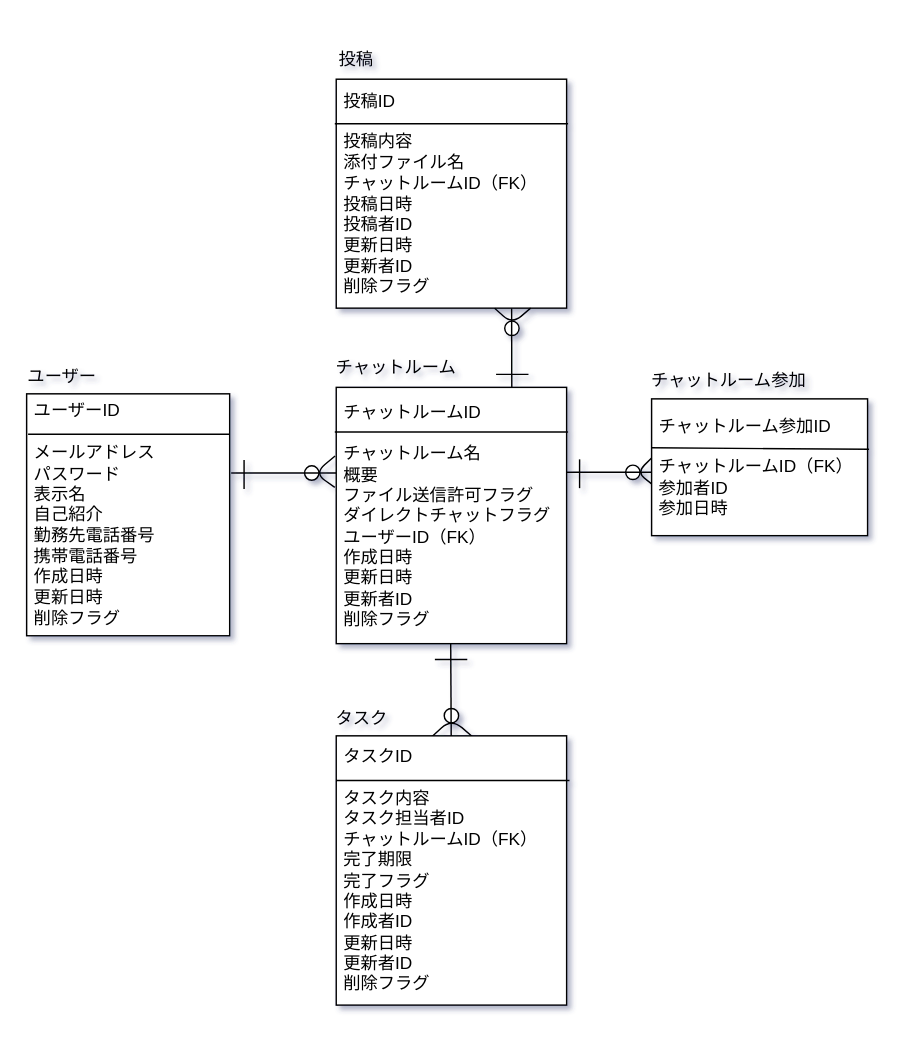
The draw.io diagram db/db-challenge1/erd.drawio in 39nina/quelcode-db, before the edit. Source tidied: cells renumbered, new cells numbered last; positions are measured from the earlier drawing's top-left corner, leaving out a move shared by most shapes. Both pictures are drawn from the tidied source at 144%, with x=0, y=0 at pixel (24, 24).
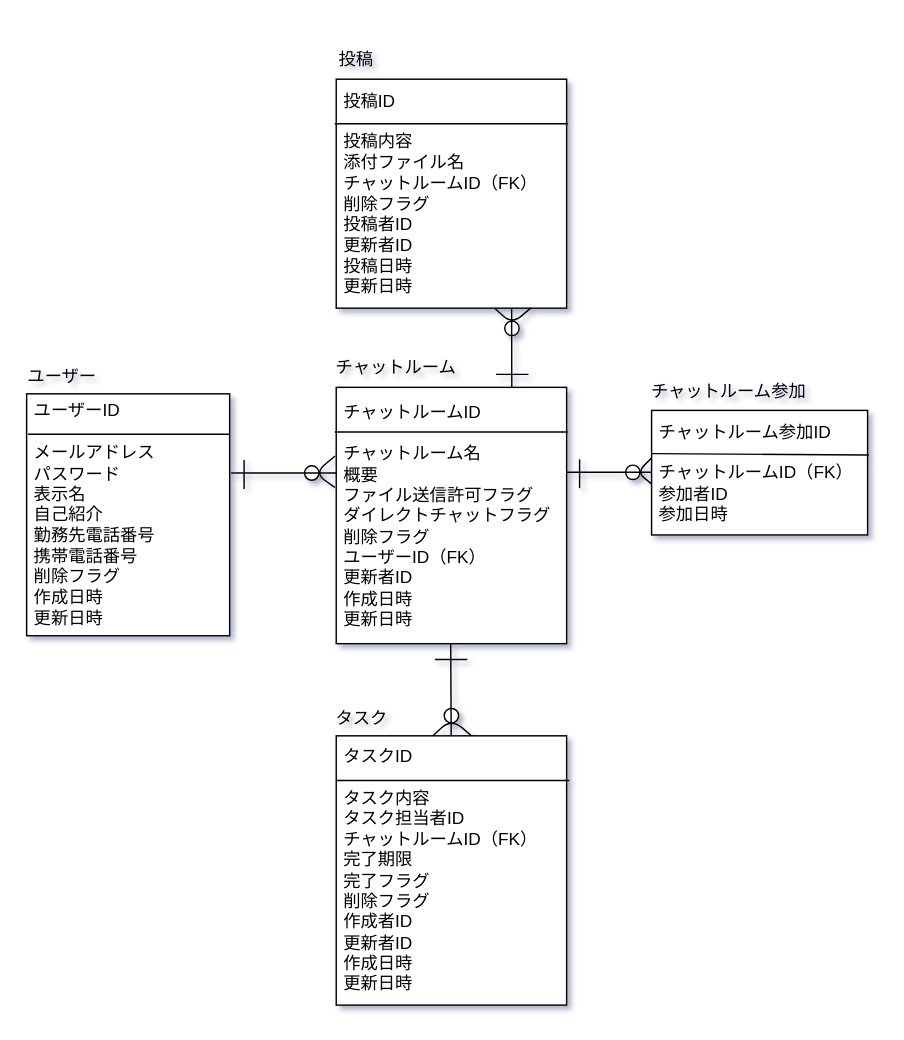
The same diagram, later.

Commit message:
属性の順番変更

What changed in the source:
```diff
@@
-    <mxCell id="10" value="&amp;nbsp;投稿ID&lt;br&gt;&lt;br&gt;&amp;nbsp;投稿内容&lt;br&gt;&amp;nbsp;添付ファイル名&lt;br&gt;&amp;nbsp;チャットルームID（FK）&lt;br&gt;&amp;nbsp;投稿日時&lt;br&gt;&amp;nbsp;投稿者ID&lt;br&gt;&amp;nbsp;更新日時&lt;br&gt;&amp;nbsp;更新者ID&lt;br&gt;&amp;nbsp;削除フラグ" style="rounded=0;whiteSpace=wrap;html=1;align=left;" parent="1" vertex="1">
+    <mxCell id="10" value="&amp;nbsp;投稿ID&lt;br&gt;&lt;br&gt;&amp;nbsp;投稿内容&lt;br&gt;&amp;nbsp;添付ファイル名&lt;br&gt;&amp;nbsp;チャットルームID（FK）&lt;br&gt;&amp;nbsp;削除フラグ&lt;br&gt;&amp;nbsp;投稿者ID&lt;br&gt;&amp;nbsp;更新者ID&lt;br&gt;&amp;nbsp;投稿日時&lt;br&gt;&amp;nbsp;更新日時" style="rounded=0;whiteSpace=wrap;html=1;align=left;" parent="1" vertex="1">
       <mxGeometry x="216" y="37.5" width="160" height="159" as="geometry" />
     </mxCell>
-    <mxCell id="11" value="&amp;nbsp;ユーザーID&lt;br&gt;&lt;br&gt;&amp;nbsp;メールアドレス&lt;br&gt;&amp;nbsp;パスワード&lt;br&gt;&amp;nbsp;表示名&lt;br&gt;&amp;nbsp;自己紹介&lt;br&gt;&amp;nbsp;勤務先電話番号&lt;br&gt;&amp;nbsp;携帯電話番号&lt;br&gt;&amp;nbsp;作成日時&lt;br&gt;&amp;nbsp;更新日時&lt;br&gt;&amp;nbsp;削除フラグ" style="rounded=0;whiteSpace=wrap;html=1;align=left;" parent="1" vertex="1">
+    <mxCell id="11" value="&amp;nbsp;ユーザーID&lt;br&gt;&lt;br&gt;&amp;nbsp;メールアドレス&lt;br&gt;&amp;nbsp;パスワード&lt;br&gt;&amp;nbsp;表示名&lt;br&gt;&amp;nbsp;自己紹介&lt;br&gt;&amp;nbsp;勤務先電話番号&lt;br&gt;&amp;nbsp;携帯電話番号&lt;br&gt;&amp;nbsp;削除フラグ&lt;br&gt;&amp;nbsp;作成日時&lt;br&gt;&amp;nbsp;更新日時" style="rounded=0;whiteSpace=wrap;html=1;align=left;" parent="1" vertex="1">
       <mxGeometry x="1" y="256" width="141" height="168" as="geometry" />
     </mxCell>
-    <mxCell id="12" value="&amp;nbsp;チャットルームID&lt;br&gt;&lt;br&gt;&amp;nbsp;チャットルーム名&lt;br&gt;&amp;nbsp;概要&lt;br&gt;&amp;nbsp;ファイル送信許可フラグ&lt;br&gt;&amp;nbsp;ダイレクトチャットフラグ&lt;br&gt;&amp;nbsp;ユーザーID（FK）&lt;br&gt;&amp;nbsp;作成日時&lt;br&gt;&amp;nbsp;更新日時&lt;br&gt;&amp;nbsp;更新者ID&lt;br&gt;&amp;nbsp;削除フラグ" style="rounded=0;whiteSpace=wrap;html=1;align=left;" parent="1" vertex="1">
+    <mxCell id="12" value="&amp;nbsp;チャットルームID&lt;br&gt;&lt;br&gt;&amp;nbsp;チャットルーム名&lt;br&gt;&amp;nbsp;概要&lt;br&gt;&amp;nbsp;ファイル送信許可フラグ&lt;br&gt;&amp;nbsp;ダイレクトチャットフラグ&lt;br&gt;&amp;nbsp;削除フラグ&lt;br&gt;&amp;nbsp;ユーザーID（FK）&lt;br&gt;&amp;nbsp;更新者ID&lt;br&gt;&amp;nbsp;作成日時&lt;br&gt;&amp;nbsp;更新日時" style="rounded=0;whiteSpace=wrap;html=1;align=left;" parent="1" vertex="1">
       <mxGeometry x="216" y="251.5" width="160" height="178" as="geometry" />
     </mxCell>
     <mxCell id="13" value="&amp;nbsp;チャットルーム参加ID&lt;br&gt;&lt;br&gt;&amp;nbsp;チャットルームID（FK）&lt;br&gt;&amp;nbsp;参加者ID&lt;br&gt;&amp;nbsp;参加日時" style="rounded=0;whiteSpace=wrap;html=1;align=left;" parent="1" vertex="1">
-      <mxGeometry x="435" y="259.5" width="150" height="95" as="geometry" />
+      <mxGeometry x="435" y="267.5" width="150" height="86.5" as="geometry" />
     </mxCell>
@@
     <mxCell id="16" style="endArrow=none;html=1;" parent="1" edge="1">
       <mxGeometry relative="1" as="geometry">
-        <mxPoint x="435" y="293.5" as="sourcePoint" />
-        <mxPoint x="586" y="294.5" as="targetPoint" />
+        <mxPoint x="435" y="297.5" as="sourcePoint" />
+        <mxPoint x="586" y="298.5" as="targetPoint" />
       </mxGeometry>
     </mxCell>
@@
-    <mxCell id="18" value="&amp;nbsp;タスクID&lt;br&gt;&lt;br&gt;&amp;nbsp;タスク内容&lt;br&gt;&amp;nbsp;タスク担当者ID&lt;br&gt;&amp;nbsp;チャットルームID（FK）&lt;br&gt;&amp;nbsp;完了期限&lt;br&gt;&amp;nbsp;完了フラグ&lt;br&gt;&amp;nbsp;作成日時&lt;br&gt;&amp;nbsp;作成者ID&lt;br&gt;&amp;nbsp;更新日時&lt;br&gt;&amp;nbsp;更新者ID&lt;br&gt;&amp;nbsp;削除フラグ" style="rounded=0;whiteSpace=wrap;html=1;align=left;" parent="1" vertex="1">
+    <mxCell id="18" value="&amp;nbsp;タスクID&lt;br&gt;&lt;br&gt;&amp;nbsp;タスク内容&lt;br&gt;&amp;nbsp;タスク担当者ID&lt;br&gt;&amp;nbsp;チャットルームID（FK）&lt;br&gt;&amp;nbsp;完了期限&lt;br&gt;&amp;nbsp;完了フラグ&lt;br&gt;&amp;nbsp;削除フラグ&lt;br&gt;&amp;nbsp;作成者ID&lt;br&gt;&amp;nbsp;更新者ID&lt;br&gt;&amp;nbsp;作成日時&lt;br&gt;&amp;nbsp;更新日時" style="rounded=0;whiteSpace=wrap;html=1;align=left;" parent="1" vertex="1">
       <mxGeometry x="216" y="493.5" width="160" height="187" as="geometry" />
     </mxCell>
@@
     <mxCell id="31" value="&lt;font style=&quot;font-size: 12px&quot;&gt;チャットルーム参加&lt;/font&gt;" style="text;strokeColor=none;fillColor=none;html=1;fontSize=24;fontStyle=0;verticalAlign=middle;align=left;" parent="1" vertex="1">
-      <mxGeometry x="433" y="222.5" width="100" height="40" as="geometry" />
+      <mxGeometry x="433" y="230.5" width="100" height="40" as="geometry" />
     </mxCell>
```
